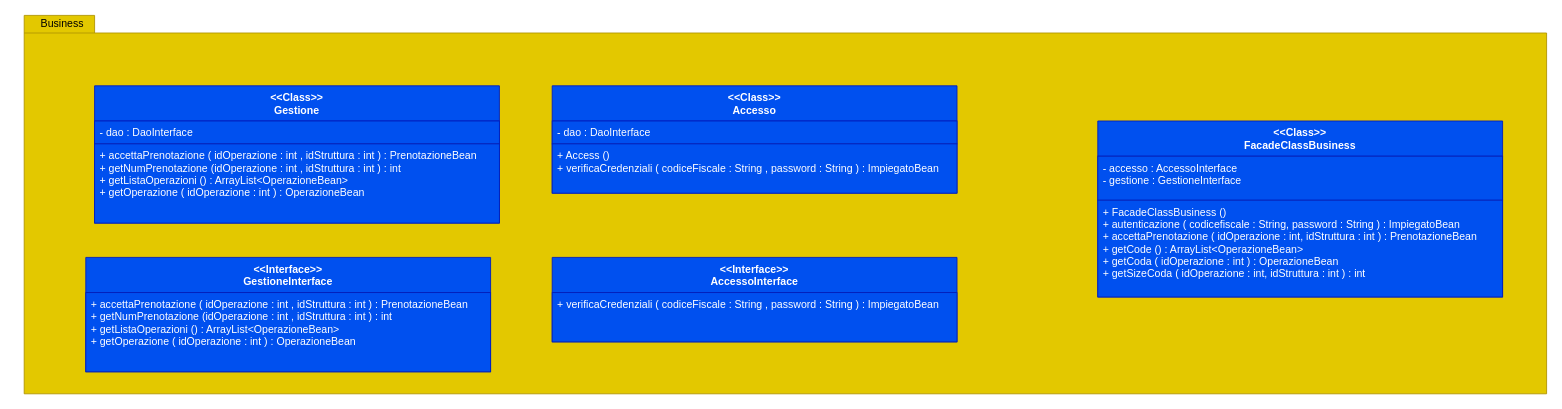
Givaa/MedQueue keeps this draw.io diagram as Documenti/ODD/Packages/AppDesktop/Business.drawio. Above is the earlier version. Source tidied: cells renumbered, new cells numbered last; positions are measured from the earlier drawing's top-left corner, leaving out a move shared by most shapes. Both pictures are drawn from the tidied source at 88%, with x=0, y=0 at pixel (15, 15).
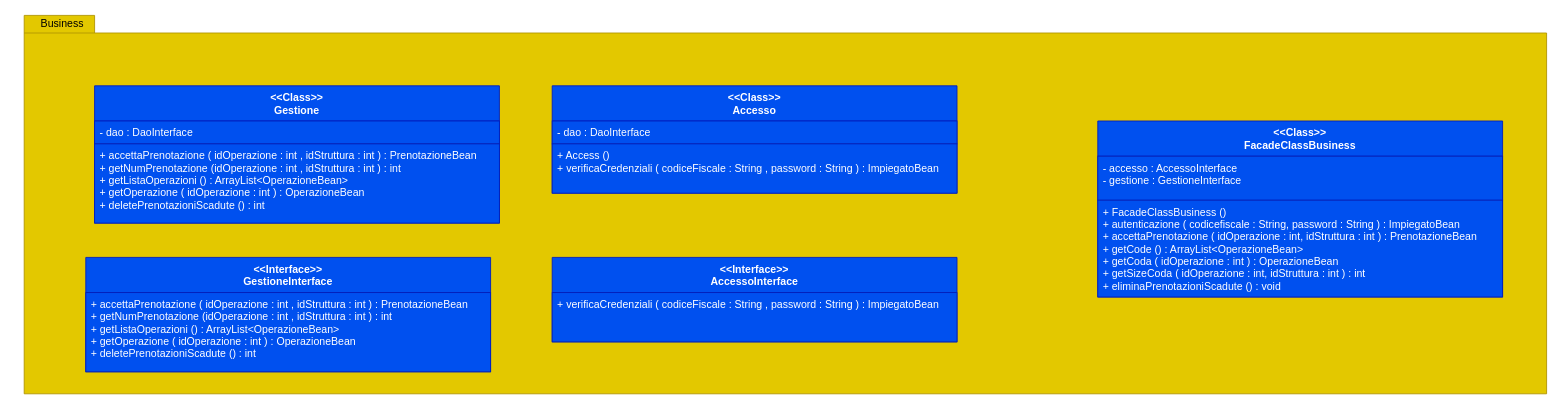
The same diagram, later.

Diff of the diagram source:
```diff
@@
 <mxGraphModel>
   <root>
     <mxCell id="0" />
     <mxCell id="1" parent="0" />
     <mxCell id="2" style="shape=folder;fontStyle=1;spacingTop=10;tabWidth=80;tabHeight=20;tabPosition=left;html=1;fillColor=#e3c800;strokeColor=#B09500;fontColor=#ffffff;" parent="1" vertex="1">
       <mxGeometry x="10" width="1730" height="430" as="geometry" />
     </mxCell>
     <mxCell id="3" value="Business" style="text;html=1;strokeColor=none;fillColor=none;align=center;verticalAlign=middle;whiteSpace=wrap;rounded=0;" parent="1" vertex="1">
       <mxGeometry width="107" height="20" as="geometry" />
     </mxCell>
     <mxCell id="4" value="&lt;&lt;Interface&gt;&gt;&#10;GestioneInterface" style="swimlane;fontStyle=1;align=center;verticalAlign=top;horizontal=1;startSize=40;fillColor=#0050ef;strokeColor=#001DBC;fontColor=#ffffff;" parent="1" vertex="1">
       <mxGeometry x="80" y="275" width="460" height="130" as="geometry" />
     </mxCell>
-    <mxCell id="5" value="+ accettaPrenotazione ( idOperazione : int , idStruttura : int ) : PrenotazioneBean&#10;+ getNumPrenotazione (idOperazione : int , idStruttura : int ) : int&#10;+ getListaOperazioni () : ArrayList&lt;OperazioneBean&gt;&#10;+ getOperazione ( idOperazione : int ) : OperazioneBean" style="text;strokeColor=#001DBC;fillColor=#0050ef;align=left;verticalAlign=top;spacingLeft=4;spacingRight=4;overflow=hidden;fontColor=#ffffff;" parent="4" vertex="1">
+    <mxCell id="5" value="+ accettaPrenotazione ( idOperazione : int , idStruttura : int ) : PrenotazioneBean&#10;+ getNumPrenotazione (idOperazione : int , idStruttura : int ) : int&#10;+ getListaOperazioni () : ArrayList&lt;OperazioneBean&gt;&#10;+ getOperazione ( idOperazione : int ) : OperazioneBean&#10;+ deletePrenotazioniScadute () : int" style="text;strokeColor=#001DBC;fillColor=#0050ef;align=left;verticalAlign=top;spacingLeft=4;spacingRight=4;overflow=hidden;fontColor=#ffffff;" parent="4" vertex="1">
       <mxGeometry y="40" width="460" height="90" as="geometry" />
     </mxCell>
     <mxCell id="6" value="&lt;&lt;Class&gt;&gt;&#10;Accesso" style="swimlane;fontStyle=1;align=center;verticalAlign=top;horizontal=1;startSize=40;fillColor=#0050ef;strokeColor=#001DBC;fontColor=#ffffff;" parent="1" vertex="1">
       <mxGeometry x="610" y="80" width="460" height="122" as="geometry" />
     </mxCell>
     <mxCell id="7" value="- dao : DaoInterface" style="text;strokeColor=#001DBC;fillColor=#0050ef;align=left;verticalAlign=top;spacingLeft=4;spacingRight=4;overflow=hidden;fontColor=#ffffff;" parent="6" vertex="1">
       <mxGeometry y="40" width="460" height="26" as="geometry" />
     </mxCell>
     <mxCell id="8" value="+ Access ()&#10;+ verificaCredenziali ( codiceFiscale : String , password : String ) : ImpiegatoBean" style="text;strokeColor=#001DBC;fillColor=#0050ef;align=left;verticalAlign=top;spacingLeft=4;spacingRight=4;overflow=hidden;fontColor=#ffffff;" parent="6" vertex="1">
       <mxGeometry y="66" width="460" height="56" as="geometry" />
     </mxCell>
     <mxCell id="9" value="&lt;&lt;Class&gt;&gt;&#10;Gestione" style="swimlane;fontStyle=1;align=center;verticalAlign=top;horizontal=1;startSize=40;fillColor=#0050ef;strokeColor=#001DBC;fontColor=#ffffff;" parent="1" vertex="1">
       <mxGeometry x="90" y="80" width="460" height="156" as="geometry" />
     </mxCell>
     <mxCell id="10" value="- dao : DaoInterface" style="text;strokeColor=#001DBC;fillColor=#0050ef;align=left;verticalAlign=top;spacingLeft=4;spacingRight=4;overflow=hidden;fontColor=#ffffff;" parent="9" vertex="1">
       <mxGeometry y="40" width="460" height="26" as="geometry" />
     </mxCell>
-    <mxCell id="11" value="+ accettaPrenotazione ( idOperazione : int , idStruttura : int ) : PrenotazioneBean&#10;+ getNumPrenotazione (idOperazione : int , idStruttura : int ) : int&#10;+ getListaOperazioni () : ArrayList&lt;OperazioneBean&gt;&#10;+ getOperazione ( idOperazione : int ) : OperazioneBean" style="text;strokeColor=#001DBC;fillColor=#0050ef;align=left;verticalAlign=top;spacingLeft=4;spacingRight=4;overflow=hidden;fontColor=#ffffff;" parent="9" vertex="1">
+    <mxCell id="11" value="+ accettaPrenotazione ( idOperazione : int , idStruttura : int ) : PrenotazioneBean&#10;+ getNumPrenotazione (idOperazione : int , idStruttura : int ) : int&#10;+ getListaOperazioni () : ArrayList&lt;OperazioneBean&gt;&#10;+ getOperazione ( idOperazione : int ) : OperazioneBean&#10;+ deletePrenotazioniScadute () : int" style="text;strokeColor=#001DBC;fillColor=#0050ef;align=left;verticalAlign=top;spacingLeft=4;spacingRight=4;overflow=hidden;fontColor=#ffffff;" parent="9" vertex="1">
       <mxGeometry y="66" width="460" height="90" as="geometry" />
     </mxCell>
     <mxCell id="12" value="&lt;&lt;Interface&gt;&gt;&#10;AccessoInterface" style="swimlane;fontStyle=1;align=center;verticalAlign=top;horizontal=1;startSize=40;fillColor=#0050ef;strokeColor=#001DBC;fontColor=#ffffff;" parent="1" vertex="1">
       <mxGeometry x="610" y="275" width="460" height="96" as="geometry" />
     </mxCell>
     <mxCell id="13" value="+ verificaCredenziali ( codiceFiscale : String , password : String ) : ImpiegatoBean" style="text;strokeColor=#001DBC;fillColor=#0050ef;align=left;verticalAlign=top;spacingLeft=4;spacingRight=4;overflow=hidden;fontColor=#ffffff;" parent="12" vertex="1">
       <mxGeometry y="40" width="460" height="56" as="geometry" />
     </mxCell>
     <mxCell id="14" value="&lt;&lt;Class&gt;&gt;&#10;FacadeClassBusiness" style="swimlane;fontStyle=1;align=center;verticalAlign=top;horizontal=1;startSize=40;fillColor=#0050ef;strokeColor=#001DBC;fontColor=#ffffff;" parent="1" vertex="1">
       <mxGeometry x="1230" y="120" width="460" height="200" as="geometry" />
     </mxCell>
     <mxCell id="15" value="- accesso : AccessoInterface&#10;- gestione : GestioneInterface" style="text;strokeColor=#001DBC;fillColor=#0050ef;align=left;verticalAlign=top;spacingLeft=4;spacingRight=4;overflow=hidden;fontColor=#ffffff;" parent="14" vertex="1">
       <mxGeometry y="40" width="460" height="50" as="geometry" />
     </mxCell>
-    <mxCell id="16" value="+ FacadeClassBusiness ()&#10;+ autenticazione ( codicefiscale : String, password : String ) : ImpiegatoBean&#10;+ accettaPrenotazione ( idOperazione : int, idStruttura : int ) : PrenotazioneBean&#10;+ getCode () : ArrayList&lt;OperazioneBean&gt;&#10;+ getCoda ( idOperazione : int ) : OperazioneBean&#10;+ getSizeCoda ( idOperazione : int, idStruttura : int ) : int" style="text;strokeColor=#001DBC;fillColor=#0050ef;align=left;verticalAlign=top;spacingLeft=4;spacingRight=4;overflow=hidden;fontColor=#ffffff;" parent="14" vertex="1">
+    <mxCell id="16" value="+ FacadeClassBusiness ()&#10;+ autenticazione ( codicefiscale : String, password : String ) : ImpiegatoBean&#10;+ accettaPrenotazione ( idOperazione : int, idStruttura : int ) : PrenotazioneBean&#10;+ getCode () : ArrayList&lt;OperazioneBean&gt;&#10;+ getCoda ( idOperazione : int ) : OperazioneBean&#10;+ getSizeCoda ( idOperazione : int, idStruttura : int ) : int&#10;+ eliminaPrenotazioniScadute () : void" style="text;strokeColor=#001DBC;fillColor=#0050ef;align=left;verticalAlign=top;spacingLeft=4;spacingRight=4;overflow=hidden;fontColor=#ffffff;" parent="14" vertex="1">
       <mxGeometry y="90" width="460" height="110" as="geometry" />
     </mxCell>
   </root>
 </mxGraphModel>
```
